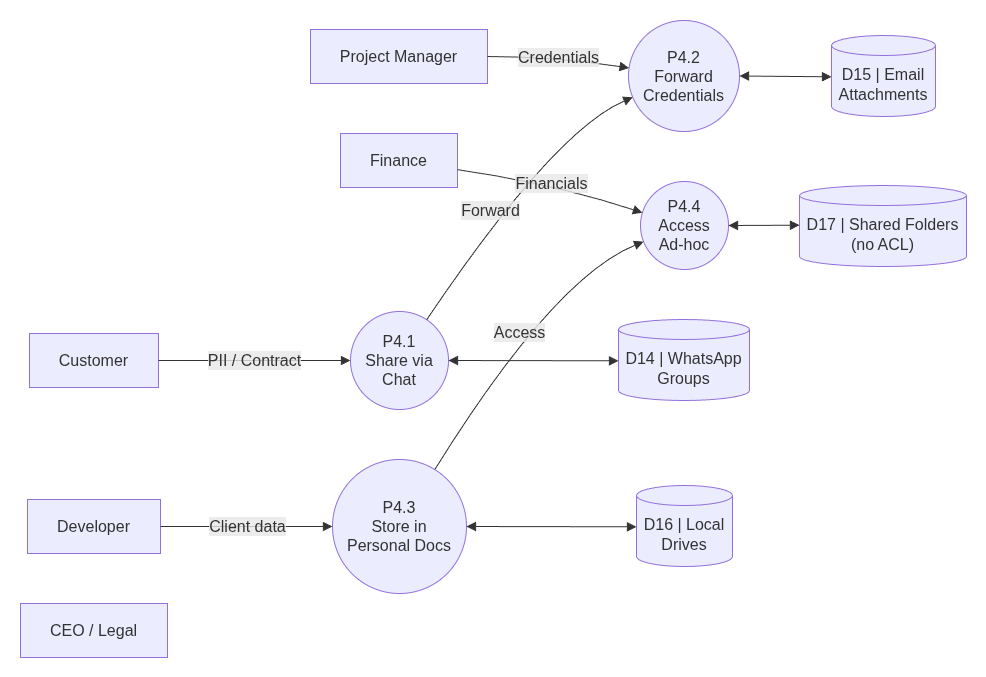
This is NextStepBD_report/images/fig-4-20.png from naim1405/ISAD, a draw.io export, as it was before one commit. Source tidied: cells renumbered, new cells last; positions are measured from the earlier drawing's top-left corner, leaving out a move shared by most shapes.
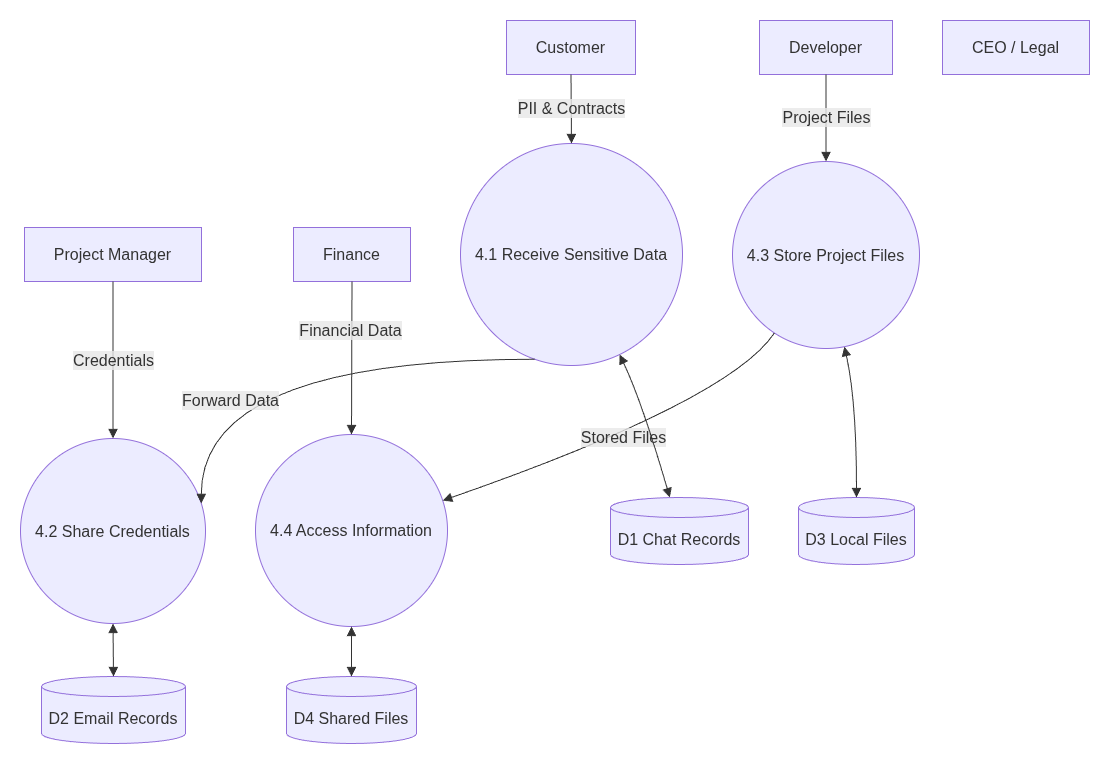
The same file after the commit.

Diff of the diagram source:
```diff
@@ -6,89 +6,85 @@
       <mxGeometry as="geometry" />
     </mxCell>
     <mxCell id="3" value="Customer" style="html=1;whiteSpace=wrap;strokeWidth=1;fillColor=light-dark(#ECECFF,#1f2020);strokeColor=light-dark(#9370DB,#cccccc);fontColor=light-dark(#333333,#cccccc);fontFamily=Trebuchet MS,Verdana,Arial,sans-serif;fontSize=16;" parent="2" vertex="1">
-      <mxGeometry x="79" y="353" width="129" height="54" as="geometry" />
+      <mxGeometry x="526" y="260" width="129" height="54" as="geometry" />
     </mxCell>
     <mxCell id="4" value="Project Manager" style="html=1;whiteSpace=wrap;strokeWidth=1;fillColor=light-dark(#ECECFF,#1f2020);strokeColor=light-dark(#9370DB,#cccccc);fontColor=light-dark(#333333,#cccccc);fontFamily=Trebuchet MS,Verdana,Arial,sans-serif;fontSize=16;" parent="2" vertex="1">
-      <mxGeometry x="360" y="49" width="177" height="54" as="geometry" />
+      <mxGeometry x="44" y="467" width="177" height="54" as="geometry" />
     </mxCell>
     <mxCell id="5" value="Developer" style="html=1;whiteSpace=wrap;strokeWidth=1;fillColor=light-dark(#ECECFF,#1f2020);strokeColor=light-dark(#9370DB,#cccccc);fontColor=light-dark(#333333,#cccccc);fontFamily=Trebuchet MS,Verdana,Arial,sans-serif;fontSize=16;" parent="2" vertex="1">
-      <mxGeometry x="77" y="519" width="133" height="54" as="geometry" />
+      <mxGeometry x="779" y="260" width="133" height="54" as="geometry" />
     </mxCell>
     <mxCell id="6" value="Finance" style="html=1;whiteSpace=wrap;strokeWidth=1;fillColor=light-dark(#ECECFF,#1f2020);strokeColor=light-dark(#9370DB,#cccccc);fontColor=light-dark(#333333,#cccccc);fontFamily=Trebuchet MS,Verdana,Arial,sans-serif;fontSize=16;" parent="2" vertex="1">
-      <mxGeometry x="390" y="153" width="117" height="54" as="geometry" />
+      <mxGeometry x="313" y="467" width="117" height="54" as="geometry" />
     </mxCell>
     <mxCell id="7" value="CEO / Legal" style="html=1;whiteSpace=wrap;strokeWidth=1;fillColor=light-dark(#ECECFF,#1f2020);strokeColor=light-dark(#9370DB,#cccccc);fontColor=light-dark(#333333,#cccccc);fontFamily=Trebuchet MS,Verdana,Arial,sans-serif;fontSize=16;" parent="2" vertex="1">
-      <mxGeometry x="70" y="623" width="147" height="54" as="geometry" />
+      <mxGeometry x="962" y="260" width="147" height="54" as="geometry" />
     </mxCell>
-    <mxCell id="8" value="P4.1&#10;Share via&#10;Chat" style="ellipse;html=1;strokeWidth=1;whiteSpace=wrap;fillColor=light-dark(#ECECFF,#1f2020);strokeColor=light-dark(#9370DB,#cccccc);fontColor=light-dark(#333333,#cccccc);fontFamily=Trebuchet MS,Verdana,Arial,sans-serif;fontSize=16;" parent="2" vertex="1">
-      <mxGeometry x="400" y="331" width="98" height="98" as="geometry" />
-    </mxCell>
-    <mxCell id="9" value="P4.2&#10;Forward&#10;Credentials" style="ellipse;html=1;strokeWidth=1;whiteSpace=wrap;fillColor=light-dark(#ECECFF,#1f2020);strokeColor=light-dark(#9370DB,#cccccc);fontColor=light-dark(#333333,#cccccc);fontFamily=Trebuchet MS,Verdana,Arial,sans-serif;fontSize=16;" parent="2" vertex="1">
-      <mxGeometry x="678" y="40" width="111" height="111" as="geometry" />
-    </mxCell>
-    <mxCell id="10" value="P4.3&#10;Store in&#10;Personal Docs" style="ellipse;html=1;strokeWidth=1;whiteSpace=wrap;fillColor=light-dark(#ECECFF,#1f2020);strokeColor=light-dark(#9370DB,#cccccc);fontColor=light-dark(#333333,#cccccc);fontFamily=Trebuchet MS,Verdana,Arial,sans-serif;fontSize=16;" parent="2" vertex="1">
-      <mxGeometry x="382" y="479" width="134" height="134" as="geometry" />
-    </mxCell>
-    <mxCell id="11" value="P4.4&#10;Access&#10;Ad-hoc" style="ellipse;html=1;strokeWidth=1;whiteSpace=wrap;fillColor=light-dark(#ECECFF,#1f2020);strokeColor=light-dark(#9370DB,#cccccc);fontColor=light-dark(#333333,#cccccc);fontFamily=Trebuchet MS,Verdana,Arial,sans-serif;fontSize=16;" parent="2" vertex="1">
-      <mxGeometry x="690" y="201" width="88" height="88" as="geometry" />
-    </mxCell>
-    <mxCell id="12" value="D14 | WhatsApp&#10;Groups" style="html=1;shape=cylinder3;boundedLbl=1;backgroundOutline=1;size=10;strokeWidth=1;whiteSpace=wrap;fillColor=light-dark(#ECECFF,#1f2020);strokeColor=light-dark(#9370DB,#cccccc);fontColor=light-dark(#333333,#cccccc);fontFamily=Trebuchet MS,Verdana,Arial,sans-serif;fontSize=16;" parent="2" vertex="1">
-      <mxGeometry x="668" y="339" width="131" height="81" as="geometry" />
-    </mxCell>
-    <mxCell id="13" value="D15 | Email&#10;Attachments" style="html=1;shape=cylinder3;boundedLbl=1;backgroundOutline=1;size=10;strokeWidth=1;whiteSpace=wrap;fillColor=light-dark(#ECECFF,#1f2020);strokeColor=light-dark(#9370DB,#cccccc);fontColor=light-dark(#333333,#cccccc);fontFamily=Trebuchet MS,Verdana,Arial,sans-serif;fontSize=16;" parent="2" vertex="1">
-      <mxGeometry x="881" y="55" width="104" height="81" as="geometry" />
-    </mxCell>
-    <mxCell id="14" value="D16 | Local&#10;Drives" style="html=1;shape=cylinder3;boundedLbl=1;backgroundOutline=1;size=10;strokeWidth=1;whiteSpace=wrap;fillColor=light-dark(#ECECFF,#1f2020);strokeColor=light-dark(#9370DB,#cccccc);fontColor=light-dark(#333333,#cccccc);fontFamily=Trebuchet MS,Verdana,Arial,sans-serif;fontSize=16;" parent="2" vertex="1">
-      <mxGeometry x="686" y="505" width="96" height="81" as="geometry" />
-    </mxCell>
-    <mxCell id="15" value="D17 | Shared Folders&#10;(no ACL)" style="html=1;shape=cylinder3;boundedLbl=1;backgroundOutline=1;size=10;strokeWidth=1;whiteSpace=wrap;fillColor=light-dark(#ECECFF,#1f2020);strokeColor=light-dark(#9370DB,#cccccc);fontColor=light-dark(#333333,#cccccc);fontFamily=Trebuchet MS,Verdana,Arial,sans-serif;fontSize=16;" parent="2" vertex="1">
-      <mxGeometry x="849" y="205" width="167" height="81" as="geometry" />
-    </mxCell>
-    <mxCell id="16" value="PII / Contract" style="curved=1;startArrow=none;endArrow=block;endSize=7;strokeColor=light-dark(#333333,#cccccc);html=1;fontSize=16;labelBackgroundColor=light-dark(#E8E8E88D,#2a2a2a8D);fontFamily=Trebuchet MS,Verdana,Arial,sans-serif;fontColor=light-dark(#333333,#cccccc);exitX=1;exitY=0.5;entryX=0;entryY=0.5;rounded=0;" parent="2" edge="1" source="3" target="8">
-      <mxGeometry relative="1" as="geometry" />
-    </mxCell>
+    <mxCell id="26" value="4.1 Receive Sensitive Data" style="ellipse;html=1;strokeWidth=1;whiteSpace=wrap;fillColor=light-dark(#ECECFF,#1f2020);strokeColor=light-dark(#9370DB,#cccccc);fontColor=light-dark(#333333,#cccccc);fontFamily=Trebuchet MS,Verdana,Arial,sans-serif;fontSize=16;" parent="2" vertex="1">
+      <mxGeometry x="480" y="383" width="222" height="222" as="geometry" />
+    </mxCell>
+    <mxCell id="27" value="4.2 Share Credentials" style="ellipse;html=1;strokeWidth=1;whiteSpace=wrap;fillColor=light-dark(#ECECFF,#1f2020);strokeColor=light-dark(#9370DB,#cccccc);fontColor=light-dark(#333333,#cccccc);fontFamily=Trebuchet MS,Verdana,Arial,sans-serif;fontSize=16;" parent="2" vertex="1">
+      <mxGeometry x="40" y="678" width="185" height="185" as="geometry" />
+    </mxCell>
+    <mxCell id="28" value="4.3 Store Project Files" style="ellipse;html=1;strokeWidth=1;whiteSpace=wrap;fillColor=light-dark(#ECECFF,#1f2020);strokeColor=light-dark(#9370DB,#cccccc);fontColor=light-dark(#333333,#cccccc);fontFamily=Trebuchet MS,Verdana,Arial,sans-serif;fontSize=16;" parent="2" vertex="1">
+      <mxGeometry x="752" y="401" width="187" height="187" as="geometry" />
+    </mxCell>
+    <mxCell id="29" value="4.4 Access Information" style="ellipse;html=1;strokeWidth=1;whiteSpace=wrap;fillColor=light-dark(#ECECFF,#1f2020);strokeColor=light-dark(#9370DB,#cccccc);fontColor=light-dark(#333333,#cccccc);fontFamily=Trebuchet MS,Verdana,Arial,sans-serif;fontSize=16;" parent="2" vertex="1">
+      <mxGeometry x="275" y="674" width="192" height="192" as="geometry" />
+    </mxCell>
+    <mxCell id="30" value="D1 Chat Records" style="html=1;shape=cylinder3;boundedLbl=1;backgroundOutline=1;size=10;strokeWidth=1;whiteSpace=wrap;fillColor=light-dark(#ECECFF,#1f2020);strokeColor=light-dark(#9370DB,#cccccc);fontColor=light-dark(#333333,#cccccc);fontFamily=Trebuchet MS,Verdana,Arial,sans-serif;fontSize=16;" parent="2" vertex="1">
+      <mxGeometry x="630" y="737" width="138" height="67" as="geometry" />
+    </mxCell>
+    <mxCell id="31" value="D2 Email Records" style="html=1;shape=cylinder3;boundedLbl=1;backgroundOutline=1;size=10;strokeWidth=1;whiteSpace=wrap;fillColor=light-dark(#ECECFF,#1f2020);strokeColor=light-dark(#9370DB,#cccccc);fontColor=light-dark(#333333,#cccccc);fontFamily=Trebuchet MS,Verdana,Arial,sans-serif;fontSize=16;" parent="2" vertex="1">
+      <mxGeometry x="61" y="916" width="144" height="67" as="geometry" />
+    </mxCell>
+    <mxCell id="32" value="D3 Local Files" style="html=1;shape=cylinder3;boundedLbl=1;backgroundOutline=1;size=10;strokeWidth=1;whiteSpace=wrap;fillColor=light-dark(#ECECFF,#1f2020);strokeColor=light-dark(#9370DB,#cccccc);fontColor=light-dark(#333333,#cccccc);fontFamily=Trebuchet MS,Verdana,Arial,sans-serif;fontSize=16;" parent="2" vertex="1">
+      <mxGeometry x="818" y="737" width="116" height="67" as="geometry" />
+    </mxCell>
+    <mxCell id="33" value="D4 Shared Files" style="html=1;shape=cylinder3;boundedLbl=1;backgroundOutline=1;size=10;strokeWidth=1;whiteSpace=wrap;fillColor=light-dark(#ECECFF,#1f2020);strokeColor=light-dark(#9370DB,#cccccc);fontColor=light-dark(#333333,#cccccc);fontFamily=Trebuchet MS,Verdana,Arial,sans-serif;fontSize=16;" parent="2" vertex="1">
+      <mxGeometry x="306" y="916" width="130" height="67" as="geometry" />
+    </mxCell>
+    <mxCell id="34" value="PII &amp; Contracts" style="curved=1;startArrow=none;endArrow=block;endSize=7;strokeColor=light-dark(#333333,#cccccc);html=1;fontSize=16;labelBackgroundColor=light-dark(#E8E8E88D,#2a2a2a8D);fontFamily=Trebuchet MS,Verdana,Arial,sans-serif;fontColor=light-dark(#333333,#cccccc);exitX=0.5;exitY=1;entryX=0.5;entryY=0;rounded=0;" parent="2" edge="1" source="3" target="26">
+      <mxGeometry relative="1" as="geometry" />
+    </mxCell>
+    <mxCell id="35" value="Forward Data" style="startArrow=none;endArrow=block;endSize=7;strokeColor=light-dark(#333333,#cccccc);html=1;fontSize=16;labelBackgroundColor=light-dark(#E8E8E88D,#2a2a2a8D);fontFamily=Trebuchet MS,Verdana,Arial,sans-serif;fontColor=light-dark(#333333,#cccccc);exitX=0.32;exitY=1;entryX=1;entryY=0.34;rounded=0;edgeStyle=orthogonalEdgeStyle;curved=1;" parent="2" edge="1" source="26" target="27">
+      <mxGeometry x="0.57" y="29" relative="1" as="geometry" />
+    </mxCell>
-    <mxCell id="17" value="Credentials" style="curved=1;startArrow=none;endArrow=block;endSize=7;strokeColor=light-dark(#333333,#cccccc);html=1;fontSize=16;labelBackgroundColor=light-dark(#E8E8E88D,#2a2a2a8D);fontFamily=Trebuchet MS,Verdana,Arial,sans-serif;fontColor=light-dark(#333333,#cccccc);exitX=1;exitY=0.5;entryX=0;entryY=0.42;rounded=0;" parent="2" edge="1" source="4" target="9">
-      <mxGeometry relative="1" as="geometry">
-        <Array as="points">
-          <mxPoint x="603" y="76" />
-        </Array>
-      </mxGeometry>
+    <mxCell id="17" value="Credentials" style="curved=1;startArrow=none;endArrow=block;endSize=7;strokeColor=light-dark(#333333,#cccccc);html=1;fontSize=16;labelBackgroundColor=light-dark(#E8E8E88D,#2a2a2a8D);fontFamily=Trebuchet MS,Verdana,Arial,sans-serif;fontColor=light-dark(#333333,#cccccc);exitX=0.5;exitY=1;entryX=0.5;entryY=0;rounded=0;" parent="2" edge="1" source="4" target="27">
+      <mxGeometry relative="1" as="geometry" />
     </mxCell>
-    <mxCell id="18" value="Forward" style="curved=1;startArrow=none;endArrow=block;endSize=7;strokeColor=light-dark(#333333,#cccccc);html=1;fontSize=16;labelBackgroundColor=light-dark(#E8E8E88D,#2a2a2a8D);fontFamily=Trebuchet MS,Verdana,Arial,sans-serif;fontColor=light-dark(#333333,#cccccc);exitX=0.83;exitY=0;entryX=0;entryY=0.71;rounded=0;" parent="2" edge="1" source="8" target="9">
-      <mxGeometry x="-0.19" y="8" relative="1" as="geometry">
-        <Array as="points">
-          <mxPoint x="603" y="151" />
-        </Array>
-      </mxGeometry>
-    </mxCell>
-    <mxCell id="19" value="Client data" style="curved=1;startArrow=none;endArrow=block;endSize=7;strokeColor=light-dark(#333333,#cccccc);html=1;fontSize=16;labelBackgroundColor=light-dark(#E8E8E88D,#2a2a2a8D);fontFamily=Trebuchet MS,Verdana,Arial,sans-serif;fontColor=light-dark(#333333,#cccccc);exitX=1;exitY=0.5;entryX=0;entryY=0.5;rounded=0;" parent="2" edge="1" source="5" target="10">
-      <mxGeometry relative="1" as="geometry" />
-    </mxCell>
-    <mxCell id="20" value="Financials" style="curved=1;startArrow=none;endArrow=block;endSize=7;strokeColor=light-dark(#333333,#cccccc);html=1;fontSize=16;labelBackgroundColor=light-dark(#E8E8E88D,#2a2a2a8D);fontFamily=Trebuchet MS,Verdana,Arial,sans-serif;fontColor=light-dark(#333333,#cccccc);exitX=1;exitY=0.67;entryX=0;entryY=0.34;rounded=0;" parent="2" edge="1" source="6" target="11">
-      <mxGeometry relative="1" as="geometry">
-        <Array as="points">
-          <mxPoint x="603" y="203" />
-        </Array>
-      </mxGeometry>
-    </mxCell>
-    <mxCell id="21" value="Access" style="curved=1;startArrow=none;endArrow=block;endSize=7;strokeColor=light-dark(#333333,#cccccc);html=1;fontSize=16;labelBackgroundColor=light-dark(#E8E8E88D,#2a2a2a8D);fontFamily=Trebuchet MS,Verdana,Arial,sans-serif;fontColor=light-dark(#333333,#cccccc);exitX=0.81;exitY=0;entryX=0;entryY=0.7;rounded=0;" parent="2" edge="1" source="10" target="11">
-      <mxGeometry relative="1" as="geometry">
-        <Array as="points">
-          <mxPoint x="603" y="298" />
-        </Array>
-      </mxGeometry>
-    </mxCell>
-    <mxCell id="22" style="curved=1;startArrow=block;startSize=7;endArrow=block;endSize=7;strokeColor=light-dark(#333333,#cccccc);exitX=1;exitY=0.5;entryX=0;entryY=0.51;rounded=0;" parent="2" edge="1" source="8" target="12">
-      <mxGeometry relative="1" as="geometry" />
-    </mxCell>
-    <mxCell id="23" style="curved=1;startArrow=block;startSize=7;endArrow=block;endSize=7;strokeColor=light-dark(#333333,#cccccc);exitX=1;exitY=0.5;entryX=0;entryY=0.51;rounded=0;" parent="2" edge="1" source="9" target="13">
-      <mxGeometry relative="1" as="geometry" />
-    </mxCell>
-    <mxCell id="24" style="curved=1;startArrow=block;startSize=7;endArrow=block;endSize=7;strokeColor=light-dark(#333333,#cccccc);exitX=1;exitY=0.5;entryX=0;entryY=0.51;rounded=0;" parent="2" edge="1" source="10" target="14">
-      <mxGeometry relative="1" as="geometry" />
-    </mxCell>
-    <mxCell id="25" style="curved=1;startArrow=block;startSize=7;endArrow=block;endSize=7;strokeColor=light-dark(#333333,#cccccc);exitX=1;exitY=0.5;entryX=0;entryY=0.49;rounded=0;" parent="2" edge="1" source="11" target="15">
-      <mxGeometry relative="1" as="geometry" />
-    </mxCell>
+    <mxCell id="36" value="Project Files" style="curved=1;startArrow=none;endArrow=block;endSize=7;strokeColor=light-dark(#333333,#cccccc);html=1;fontSize=16;labelBackgroundColor=light-dark(#E8E8E88D,#2a2a2a8D);fontFamily=Trebuchet MS,Verdana,Arial,sans-serif;fontColor=light-dark(#333333,#cccccc);exitX=0.5;exitY=1;entryX=0.5;entryY=0;rounded=0;" parent="2" edge="1" source="5" target="28">
+      <mxGeometry relative="1" as="geometry" />
+    </mxCell>
+    <mxCell id="37" value="Stored Files" style="curved=1;startArrow=none;endArrow=block;endSize=7;strokeColor=light-dark(#333333,#cccccc);html=1;fontSize=16;labelBackgroundColor=light-dark(#E8E8E88D,#2a2a2a8D);fontFamily=Trebuchet MS,Verdana,Arial,sans-serif;fontColor=light-dark(#333333,#cccccc);exitX=0.17;exitY=1;entryX=1;entryY=0.33;rounded=0;" parent="2" edge="1" source="28" target="29">
+      <mxGeometry relative="1" as="geometry">
+        <Array as="points">
+          <mxPoint x="749" y="640" />
+        </Array>
+      </mxGeometry>
+    </mxCell>
+    <mxCell id="38" value="Financial Data" style="curved=1;startArrow=none;endArrow=block;endSize=7;strokeColor=light-dark(#333333,#cccccc);html=1;fontSize=16;labelBackgroundColor=light-dark(#E8E8E88D,#2a2a2a8D);fontFamily=Trebuchet MS,Verdana,Arial,sans-serif;fontColor=light-dark(#333333,#cccccc);exitX=0.5;exitY=1;entryX=0.5;entryY=0;rounded=0;" parent="2" edge="1" source="6" target="29">
+      <mxGeometry x="-0.36" y="-1" relative="1" as="geometry" />
+    </mxCell>
+    <mxCell id="39" style="curved=1;startArrow=block;startSize=7;endArrow=block;endSize=7;strokeColor=light-dark(#333333,#cccccc);exitX=0.74;exitY=1;entryX=0.43;entryY=0;rounded=0;" parent="2" edge="1" source="26" target="30">
+      <mxGeometry relative="1" as="geometry">
+        <Array as="points">
+          <mxPoint x="661" y="640" />
+        </Array>
+      </mxGeometry>
+    </mxCell>
+    <mxCell id="40" style="curved=1;startArrow=block;startSize=7;endArrow=block;endSize=7;strokeColor=light-dark(#333333,#cccccc);exitX=0.5;exitY=1;entryX=0.5;entryY=0;rounded=0;" parent="2" edge="1" source="27" target="31">
+      <mxGeometry relative="1" as="geometry" />
+    </mxCell>
+    <mxCell id="41" style="curved=1;startArrow=block;startSize=7;endArrow=block;endSize=7;strokeColor=light-dark(#333333,#cccccc);exitX=0.6;exitY=1;entryX=0.5;entryY=0;rounded=0;" parent="2" edge="1" source="28" target="32">
+      <mxGeometry relative="1" as="geometry">
+        <Array as="points">
+          <mxPoint x="876" y="640" />
+        </Array>
+      </mxGeometry>
+    </mxCell>
+    <mxCell id="42" style="curved=1;startArrow=block;startSize=7;endArrow=block;endSize=7;strokeColor=light-dark(#333333,#cccccc);exitX=0.5;exitY=1;entryX=0.5;entryY=0;rounded=0;" parent="2" edge="1" source="29" target="33">
+      <mxGeometry relative="1" as="geometry" />
+    </mxCell>
   </root>
 </mxGraphModel>
```
